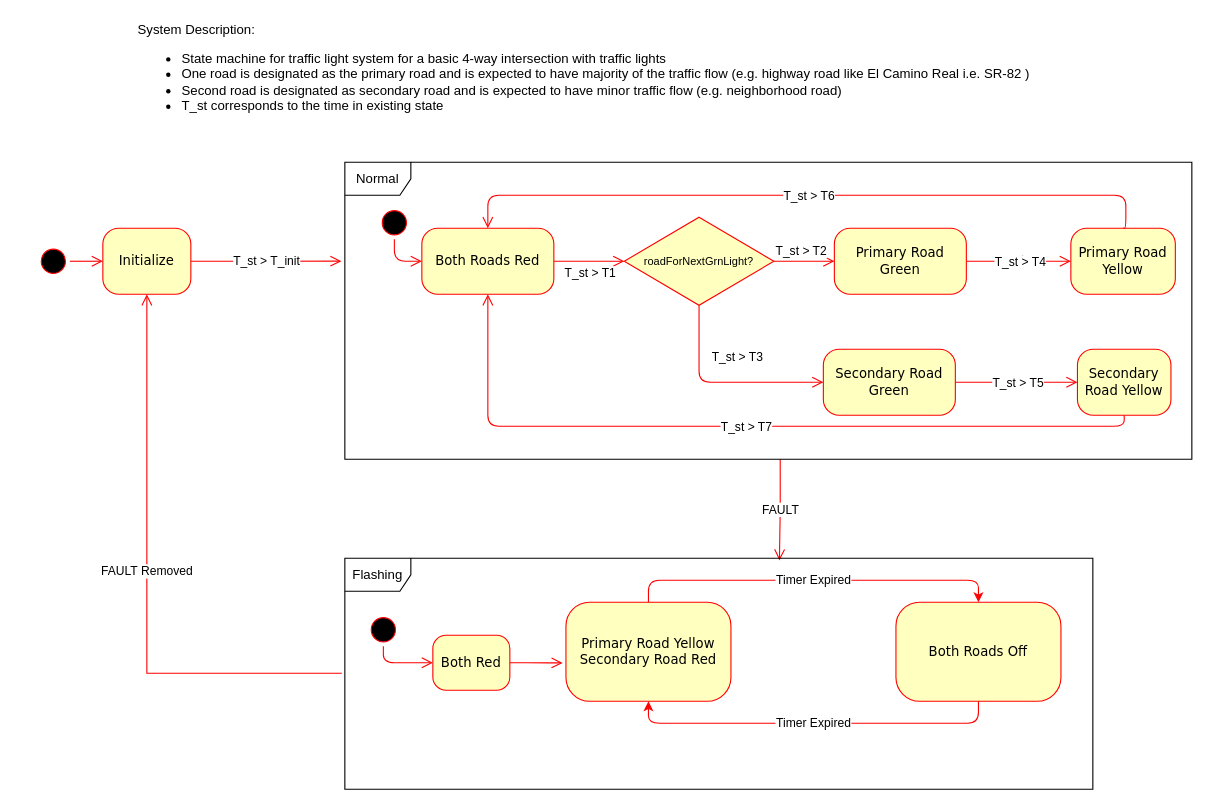
This is page "Development" (1 of 3) of TrafficLight/systemDesign/TrafficLightSystem.drawio from munadirahmed/embedded, a draw.io file, before an edit. Source tidied: cells renumbered, new cells numbered last; positions are measured from the earlier drawing's top-left corner, leaving out a move shared by most shapes. Both pictures are drawn from the tidied source at 110%, with x=0, y=0 at pixel (36, 19).
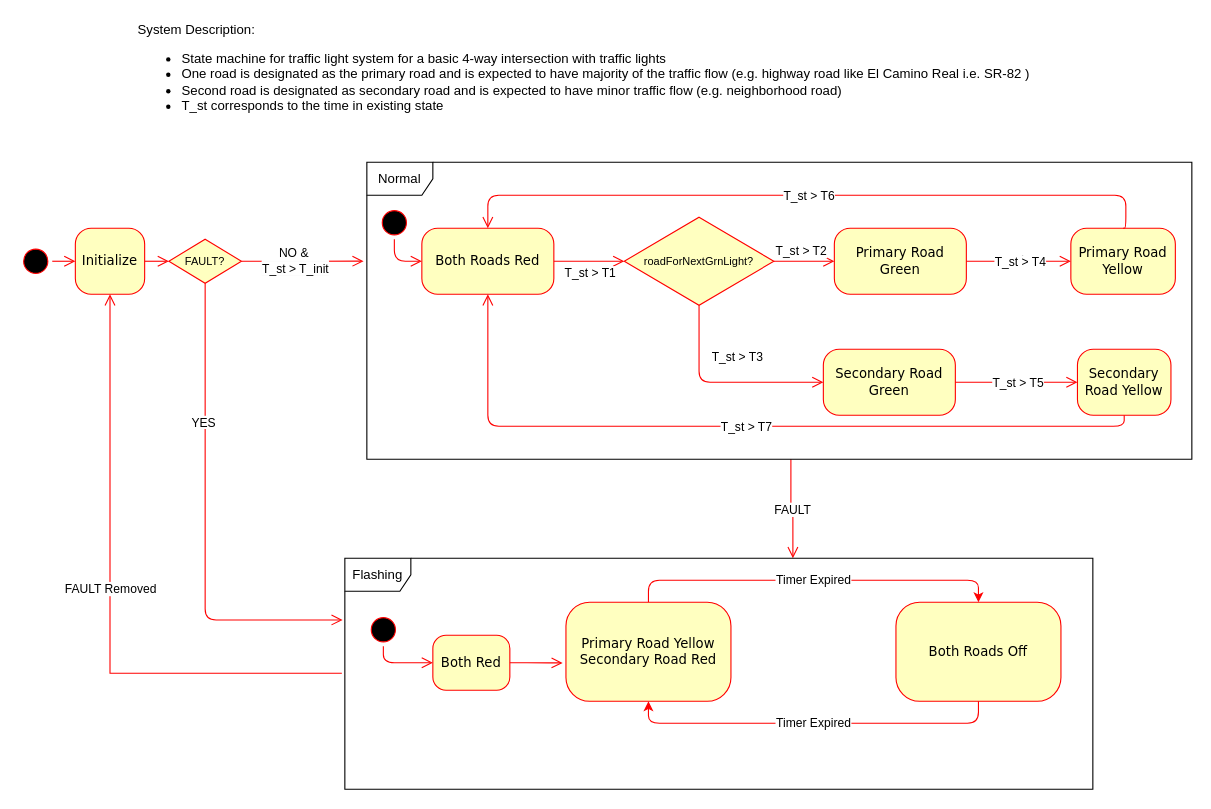
After the change.

Commit message (it also covers changes not shown here):
Traffic light basys3 adding input and fault sensor handling (#4)

Unchanged cells that the change refers to:
```xml
<mxCell id="6" value="Flashing" style="shape=umlFrame;whiteSpace=wrap;html=1;" parent="1" vertex="1">
  <mxGeometry x="280" y="490" width="680" height="210" as="geometry" />
</mxCell>
```

The edit, as a diff of the source:
```diff
@@
-    <mxCell id="3" style="edgeStyle=orthogonalEdgeStyle;html=1;verticalAlign=bottom;endArrow=open;endSize=8;strokeColor=#ff0000;rounded=0;entryX=0.581;entryY=0.01;entryDx=0;entryDy=0;entryPerimeter=0;exitX=0.514;exitY=1;exitDx=0;exitDy=0;exitPerimeter=0;" parent="1" edge="1" source="35" target="6">
+    <mxCell id="3" style="edgeStyle=orthogonalEdgeStyle;html=1;verticalAlign=bottom;endArrow=open;endSize=8;strokeColor=#ff0000;rounded=0;entryX=0.599;entryY=0;entryDx=0;entryDy=0;entryPerimeter=0;exitX=0.514;exitY=1;exitDx=0;exitDy=0;exitPerimeter=0;" parent="1" edge="1" source="35" target="6">
       <mxGeometry relative="1" as="geometry" />
     </mxCell>
@@
-    <mxCell id="15" style="ellipse;html=1;shape=startState;fillColor=#000000;strokeColor=#ff0000;rounded=1;shadow=0;comic=0;labelBackgroundColor=none;fontFamily=Verdana;fontSize=12;fontColor=#000000;align=center;direction=south;" parent="1" vertex="1">
-      <mxGeometry y="205" width="30" height="30" as="geometry" />
-    </mxCell>
+    <mxCell id="40" style="ellipse;html=1;shape=startState;fillColor=#000000;strokeColor=#ff0000;rounded=1;shadow=0;comic=0;labelBackgroundColor=none;fontFamily=Verdana;fontSize=12;fontColor=#000000;align=center;direction=south;" parent="1" vertex="1">
+      <mxGeometry x="-16" y="205" width="30" height="30" as="geometry" />
+    </mxCell>
     <mxCell id="16" value="Initialize" style="rounded=1;whiteSpace=wrap;html=1;arcSize=24;fillColor=#ffffc0;strokeColor=#ff0000;shadow=0;comic=0;labelBackgroundColor=none;fontFamily=Verdana;fontSize=12;fontColor=#000000;align=center;" parent="1" vertex="1">
-      <mxGeometry x="60" y="190" width="80" height="60" as="geometry" />
+      <mxGeometry x="35" y="190" width="63" height="60" as="geometry" />
     </mxCell>
-    <mxCell id="17" value="&lt;span style=&quot;font-family: Helvetica; font-size: 11px; text-align: center; background-color: rgb(255, 255, 255);&quot;&gt;T_st &amp;gt; T_init&lt;/span&gt;" style="edgeStyle=orthogonalEdgeStyle;html=1;exitX=1;exitY=0.5;labelBackgroundColor=none;endArrow=open;endSize=8;strokeColor=#ff0000;fontFamily=Verdana;fontSize=12;align=left;exitDx=0;exitDy=0;entryX=-0.004;entryY=0.333;entryDx=0;entryDy=0;entryPerimeter=0;" parent="1" edge="1" source="16" target="35">
-      <mxGeometry x="-0.44" relative="1" as="geometry">
-        <mxPoint x="-1" as="offset" />
-      </mxGeometry>
-    </mxCell>
-    <mxCell id="18" style="edgeStyle=orthogonalEdgeStyle;html=1;labelBackgroundColor=none;endArrow=open;endSize=8;strokeColor=#ff0000;fontFamily=Verdana;fontSize=12;align=left;" parent="1" edge="1" source="15" target="16">
-      <mxGeometry relative="1" as="geometry" />
-    </mxCell>
+    <mxCell id="41" style="edgeStyle=orthogonalEdgeStyle;html=1;exitX=1;exitY=0.5;labelBackgroundColor=none;endArrow=open;endSize=8;strokeColor=#ff0000;fontFamily=Verdana;fontSize=12;align=center;exitDx=0;exitDy=0;entryX=-0.004;entryY=0.333;entryDx=0;entryDy=0;entryPerimeter=0;" parent="1" edge="1" source="45" target="35">
+      <mxGeometry x="-0.1" y="-16" relative="1" as="geometry">
+        <Array as="points">
+          <mxPoint x="240" y="220" />
+          <mxPoint x="240" y="220" />
+        </Array>
+      </mxGeometry>
+    </mxCell>
+    <mxCell id="42" value="NO &amp;amp;&amp;nbsp;&lt;div style=&quot;font-family: Verdana; font-size: 12px; background-color: rgb(251, 251, 251);&quot;&gt;&lt;span style=&quot;font-family: Helvetica; font-size: 11px; background-color: rgb(255, 255, 255);&quot;&gt;T_st &amp;gt; T_init&lt;/span&gt;&lt;/div&gt;" style="edgeLabel;html=1;align=center;verticalAlign=middle;" parent="41" vertex="1">
+      <mxGeometry x="0.46" relative="1" as="geometry">
+        <mxPoint x="-32" as="offset" />
+      </mxGeometry>
+    </mxCell>
+    <mxCell id="43" style="edgeStyle=orthogonalEdgeStyle;html=1;labelBackgroundColor=none;endArrow=open;endSize=8;strokeColor=#ff0000;fontFamily=Verdana;fontSize=12;align=left;" parent="1" edge="1" source="40" target="16">
+      <mxGeometry relative="1" as="geometry" />
+    </mxCell>
@@
     <mxCell id="35" value="Normal" style="shape=umlFrame;whiteSpace=wrap;html=1;" parent="1" vertex="1">
-      <mxGeometry x="280" y="130" width="770" height="270" as="geometry" />
+      <mxGeometry x="300" y="130" width="750" height="270" as="geometry" />
     </mxCell>
@@
+    <mxCell id="44" style="edgeStyle=orthogonalEdgeStyle;html=1;exitX=1;exitY=0.5;labelBackgroundColor=none;endArrow=open;endSize=8;strokeColor=#ff0000;fontFamily=Verdana;fontSize=12;align=left;exitDx=0;exitDy=0;entryX=0;entryY=0.5;entryDx=0;entryDy=0;" parent="1" edge="1" source="16" target="45">
+      <mxGeometry x="-0.44" relative="1" as="geometry">
+        <mxPoint x="-1" as="offset" />
+      </mxGeometry>
+    </mxCell>
+    <mxCell id="45" value="&lt;font style=&quot;font-size: 10px;&quot;&gt;FAULT?&lt;/font&gt;" style="rhombus;whiteSpace=wrap;html=1;fontColor=#000000;fillColor=#ffffc0;strokeColor=#ff0000;" parent="1" vertex="1">
+      <mxGeometry x="120" y="200" width="66" height="40" as="geometry" />
+    </mxCell>
+    <mxCell id="46" value="&lt;span style=&quot;font-family: Helvetica; font-size: 11px; text-align: center; background-color: rgb(255, 255, 255);&quot;&gt;YES&lt;/span&gt;" style="edgeStyle=orthogonalEdgeStyle;html=1;exitX=0.5;exitY=1;labelBackgroundColor=none;endArrow=open;endSize=8;strokeColor=#ff0000;fontFamily=Verdana;fontSize=12;align=left;exitDx=0;exitDy=0;entryX=-0.003;entryY=0.267;entryDx=0;entryDy=0;entryPerimeter=0;" parent="1" edge="1" source="45" target="6">
+      <mxGeometry x="-0.41" y="-14" relative="1" as="geometry">
+        <Array as="points">
+          <mxPoint x="153" y="546" />
+        </Array>
+      </mxGeometry>
+    </mxCell>
```
